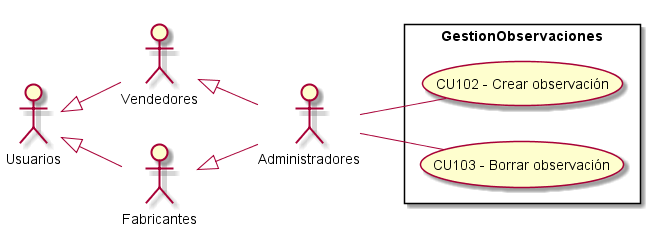
Earlier version of the PlantUML export Informe Final/Imagenes/ModeladoDeCasosDeUso/DiagramaDeCasosDeUso/GestionObservaciones.png (ZMGestion/DocumentacionZMGestion).
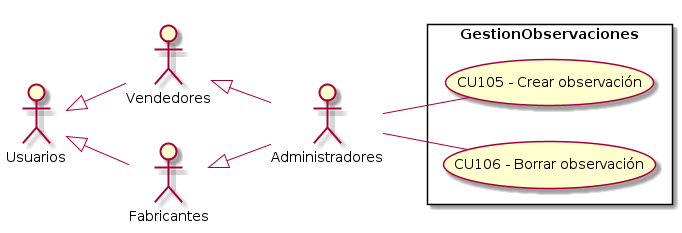
The same diagram one commit later.

Diff of the diagram source:
```diff
@@ -13,8 +13,8 @@
  left to right direction
 
 rectangle GestionObservaciones{
-    UseCase "CU102 - Crear observación" as C
-    UseCase "CU103 - Borrar observación" as B
+    UseCase "CU105 - Crear observación" as C
+    UseCase "CU106 - Borrar observación" as B
 }
     Administradores -- C
     Administradores -- B
```
